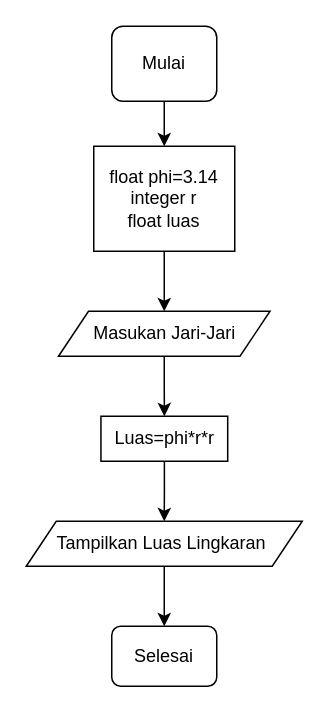
Earlier version of the draw.io diagram Untitled Diagram.drawio (SamChristz/flowchart). Source tidied: cells renumbered, new cells numbered last; positions are measured from the earlier drawing's top-left corner, leaving out a move shared by most shapes. Both pictures are drawn from the tidied source at 150%, with x=0, y=0 at pixel (26, 26).
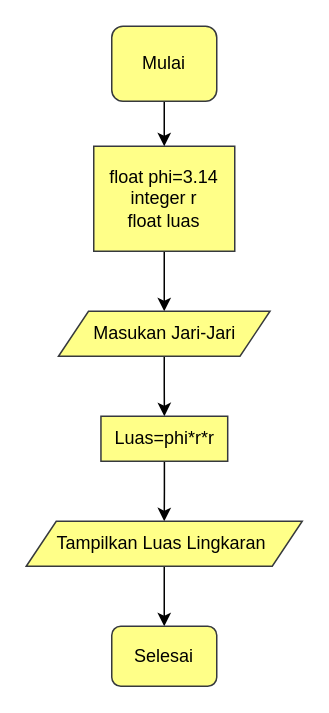
The same diagram, later.

Commit message:
Flowchart Menghitung Luas Lingkaran.drawio

Diff of the diagram source:
```diff
@@
 <mxGraphModel>
   <root>
     <mxCell id="0" />
     <mxCell id="1" parent="0" />
     <mxCell id="2" style="edgeStyle=orthogonalEdgeStyle;rounded=0;jettySize=auto;html=1;" parent="1" edge="1" source="3" target="7">
       <mxGeometry relative="1" as="geometry" />
     </mxCell>
-    <mxCell id="3" value="float phi=3.14&lt;br&gt;integer r&lt;br&gt;float luas" style="rounded=0;whiteSpace=wrap;html=1;" parent="1" vertex="1">
+    <mxCell id="3" value="float phi=3.14&lt;br&gt;integer r&lt;br&gt;float luas" style="rounded=0;whiteSpace=wrap;html=1;fillColor=#ffff88;strokeColor=#36393d;" parent="1" vertex="1">
       <mxGeometry x="45" y="80" width="94" height="70" as="geometry" />
     </mxCell>
     <mxCell id="4" style="edgeStyle=orthogonalEdgeStyle;rounded=0;jettySize=auto;html=1;" parent="1" edge="1" source="5" target="3">
       <mxGeometry relative="1" as="geometry" />
     </mxCell>
-    <mxCell id="5" value="Mulai" style="rounded=1;whiteSpace=wrap;html=1;" parent="1" vertex="1">
+    <mxCell id="5" value="Mulai" style="rounded=1;whiteSpace=wrap;html=1;fillColor=#ffff88;strokeColor=#36393d;" parent="1" vertex="1">
       <mxGeometry x="57" width="70" height="50" as="geometry" />
     </mxCell>
     <mxCell id="6" style="edgeStyle=orthogonalEdgeStyle;rounded=0;jettySize=auto;html=1;" parent="1" edge="1" source="7" target="9">
       <mxGeometry relative="1" as="geometry" />
     </mxCell>
-    <mxCell id="7" value="Masukan Jari-Jari" style="shape=parallelogram;perimeter=parallelogramPerimeter;whiteSpace=wrap;html=1;fixedSize=1;rounded=0;" parent="1" vertex="1">
+    <mxCell id="7" value="Masukan Jari-Jari" style="shape=parallelogram;perimeter=parallelogramPerimeter;whiteSpace=wrap;html=1;fixedSize=1;rounded=0;fillColor=#ffff88;strokeColor=#36393d;" parent="1" vertex="1">
       <mxGeometry x="21.5" y="190" width="141" height="30" as="geometry" />
     </mxCell>
     <mxCell id="8" style="edgeStyle=orthogonalEdgeStyle;rounded=0;jettySize=auto;html=1;" parent="1" edge="1" source="9" target="11">
       <mxGeometry relative="1" as="geometry" />
     </mxCell>
-    <mxCell id="9" value="Luas=phi*r*r" style="whiteSpace=wrap;html=1;rounded=0;" parent="1" vertex="1">
+    <mxCell id="9" value="Luas=phi*r*r" style="whiteSpace=wrap;html=1;rounded=0;fillColor=#ffff88;strokeColor=#36393d;" parent="1" vertex="1">
       <mxGeometry x="49.8" y="260" width="84.5" height="30" as="geometry" />
     </mxCell>
     <mxCell id="10" style="edgeStyle=orthogonalEdgeStyle;rounded=0;jettySize=auto;html=1;" parent="1" edge="1" source="11" target="12">
       <mxGeometry relative="1" as="geometry" />
     </mxCell>
-    <mxCell id="11" value="Tampilkan Luas Lingkaran&amp;nbsp;" style="shape=parallelogram;perimeter=parallelogramPerimeter;whiteSpace=wrap;html=1;fixedSize=1;rounded=0;" parent="1" vertex="1">
+    <mxCell id="11" value="Tampilkan Luas Lingkaran&amp;nbsp;" style="shape=parallelogram;perimeter=parallelogramPerimeter;whiteSpace=wrap;html=1;fixedSize=1;rounded=0;fillColor=#ffff88;strokeColor=#36393d;" parent="1" vertex="1">
       <mxGeometry y="330" width="184" height="30" as="geometry" />
     </mxCell>
-    <mxCell id="12" value="Selesai" style="rounded=1;whiteSpace=wrap;html=1;" parent="1" vertex="1">
+    <mxCell id="12" value="Selesai" style="rounded=1;whiteSpace=wrap;html=1;fillColor=#ffff88;strokeColor=#36393d;" parent="1" vertex="1">
       <mxGeometry x="57" y="400" width="70" height="40" as="geometry" />
     </mxCell>
   </root>
 </mxGraphModel>
```
